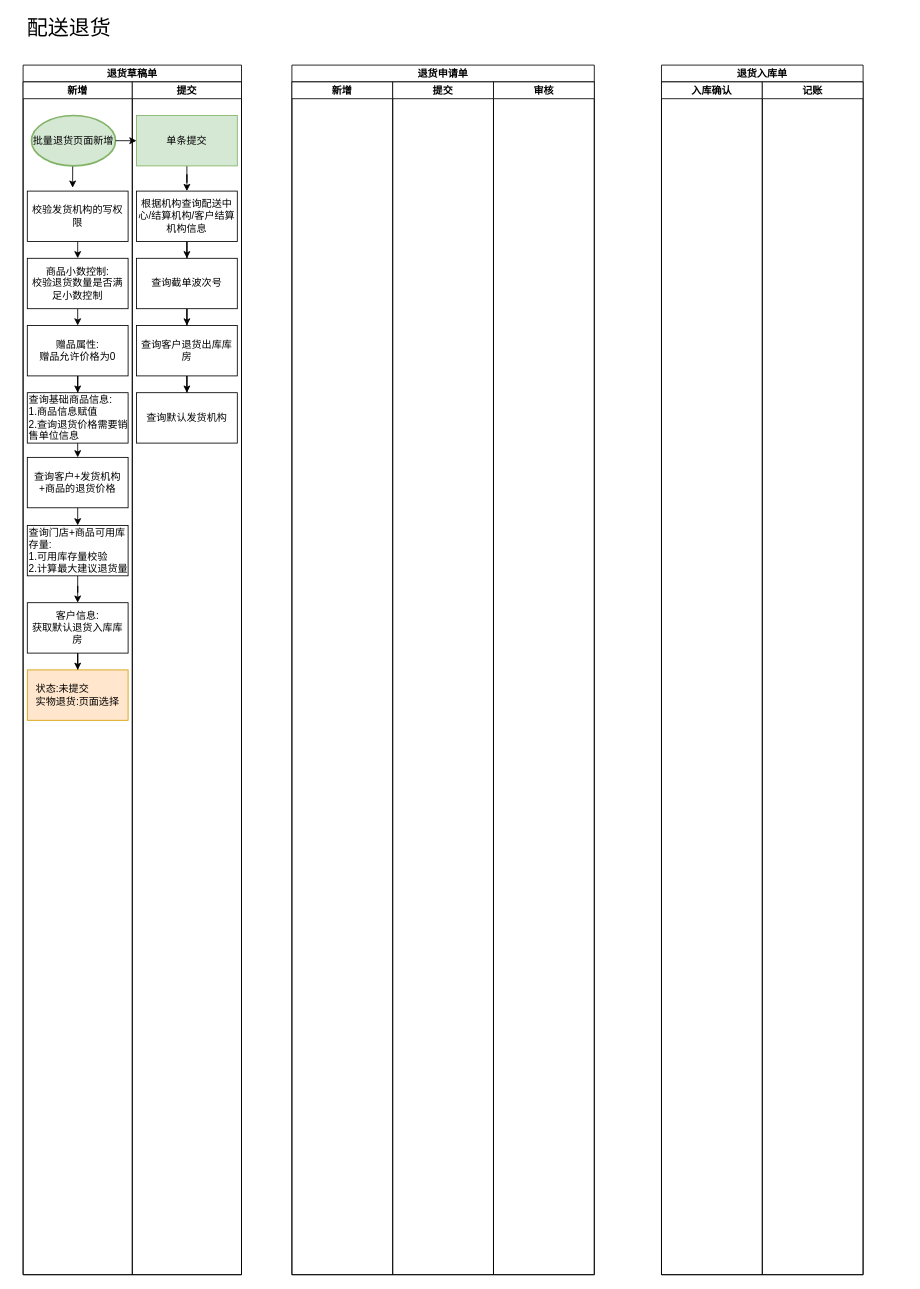
Above: 退货业务梳理.drawio in fengj1202/draw (draw.io), before the change. Source tidied: cells renumbered, new cells numbered last; positions are measured from the earlier drawing's top-left corner, leaving out a move shared by most shapes. Both pictures are drawn from the tidied source at 84%, with x=0, y=0 at pixel (14, 14).
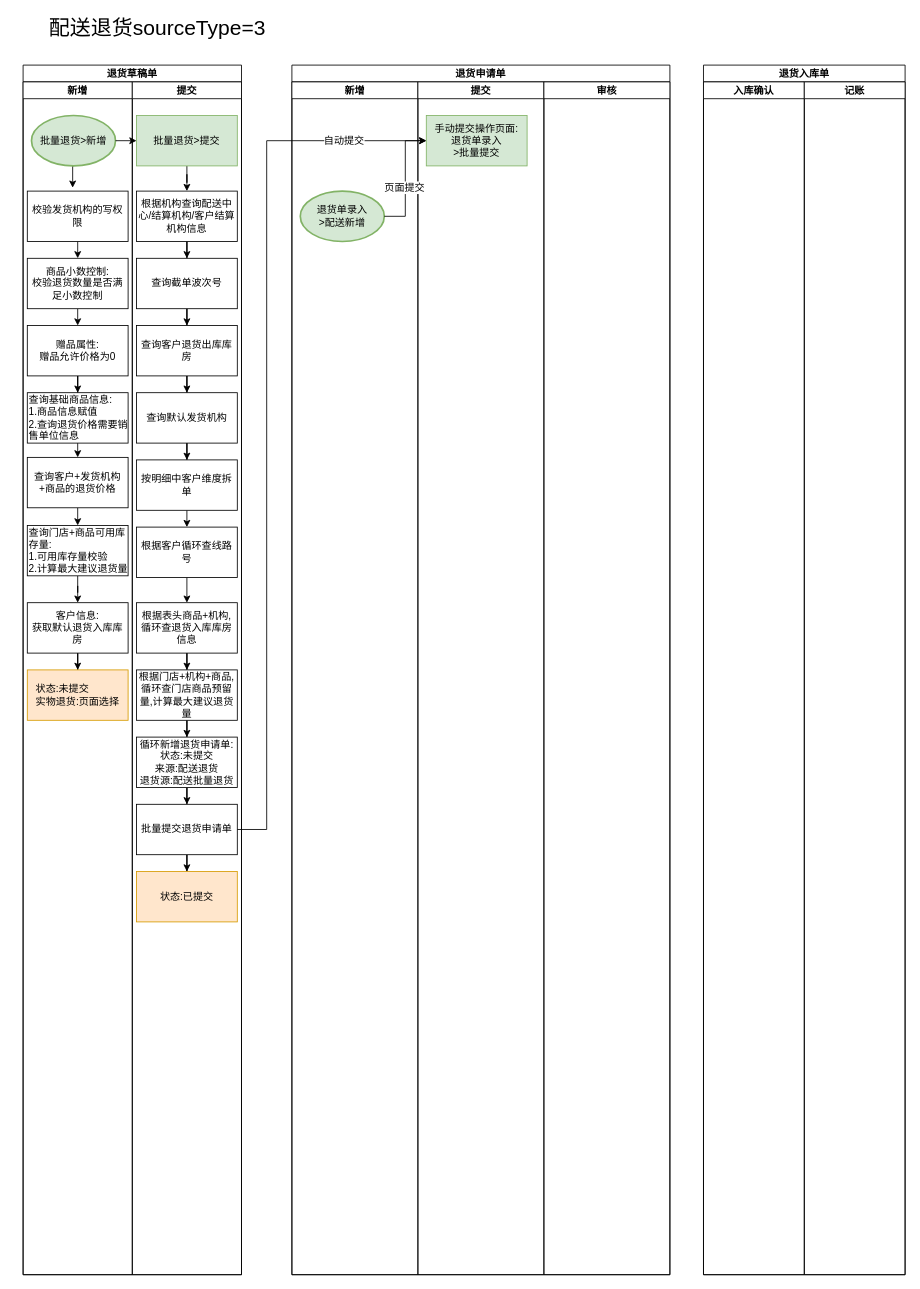
The same page after the edit.

Commit message:
更新退货业务梳理.drawio

Unchanged cells that the change refers to:
```xml
<mxCell id="9" value="退货草稿单" style="swimlane;startSize=20;rounded=0;" parent="1" vertex="1">
  <mxGeometry x="10" y="60" width="260" height="1440" as="geometry" />
</mxCell>
<mxCell id="10" value="新增" style="swimlane;startSize=20;rounded=0;" parent="9" vertex="1">
  <mxGeometry y="20" width="130" height="1420" as="geometry" />
</mxCell>
<mxCell id="28" value="提交" style="swimlane;startSize=20;rounded=0;" parent="9" vertex="1">
  <mxGeometry x="130" y="20" width="130" height="1420" as="geometry" />
</mxCell>
<mxCell id="37" value="&lt;font style=&quot;font-size: 12px;&quot;&gt;查询默认发货机构&lt;/font&gt;" style="rounded=0;whiteSpace=wrap;html=1;fontSize=12;align=center;" parent="28" vertex="1">
  <mxGeometry x="5" y="370" width="120" height="60" as="geometry" />
</mxCell>
```

The edit, as a diff of the source:
```diff
@@
     <mxCell id="2" value="退货申请单" style="swimlane;startSize=20;rounded=0;" parent="1" vertex="1">
-      <mxGeometry x="330" y="60" width="360" height="1440" as="geometry" />
+      <mxGeometry x="330" y="60" width="450" height="1440" as="geometry" />
     </mxCell>
     <mxCell id="3" value="新增" style="swimlane;startSize=20;rounded=0;" parent="2" vertex="1">
-      <mxGeometry y="20" width="120" height="1420" as="geometry" />
+      <mxGeometry y="20" width="150" height="1420" as="geometry" />
     </mxCell>
+    <mxCell id="40" value="退货单录入&lt;br&gt;&amp;gt;配送新增" style="strokeWidth=2;html=1;shape=mxgraph.flowchart.start_1;whiteSpace=wrap;fontFamily=Helvetica;fontSize=12;fillColor=#d5e8d4;strokeColor=#82b366;" parent="3" vertex="1">
+      <mxGeometry x="10" y="130" width="100" height="60" as="geometry" />
+    </mxCell>
     <mxCell id="4" value="提交" style="swimlane;startSize=20;rounded=0;" parent="2" vertex="1">
-      <mxGeometry x="120" y="20" width="120" height="1420" as="geometry" />
+      <mxGeometry x="150" y="20" width="150" height="1420" as="geometry" />
     </mxCell>
+    <mxCell id="41" value="手动提交操作页面:&lt;br&gt;退货单录入&lt;br&gt;&amp;gt;批量提交" style="rounded=0;whiteSpace=wrap;html=1;fontFamily=Helvetica;fontSize=12;fillColor=#d5e8d4;strokeColor=#82b366;" parent="4" vertex="1">
+      <mxGeometry x="10" y="40" width="120" height="60" as="geometry" />
+    </mxCell>
     <mxCell id="5" value="审核" style="swimlane;startSize=20;rounded=0;" parent="2" vertex="1">
-      <mxGeometry x="240" y="20" width="120" height="1420" as="geometry" />
+      <mxGeometry x="300" y="20" width="150" height="1420" as="geometry" />
     </mxCell>
+    <mxCell id="42" style="edgeStyle=orthogonalEdgeStyle;shape=connector;rounded=0;jettySize=auto;html=1;exitX=1;exitY=0.5;exitDx=0;exitDy=0;exitPerimeter=0;entryX=0;entryY=0.5;entryDx=0;entryDy=0;labelBackgroundColor=default;fontFamily=Helvetica;fontSize=12;fontColor=default;endArrow=classic;strokeColor=default;" parent="2" edge="1" source="40" target="41">
+      <mxGeometry relative="1" as="geometry" />
+    </mxCell>
+    <mxCell id="43" value="页面提交" style="edgeLabel;html=1;align=center;verticalAlign=middle;fontSize=12;fontFamily=Helvetica;fontColor=default;" parent="42" vertex="1">
+      <mxGeometry x="-0.14" y="2" relative="1" as="geometry" />
+    </mxCell>
     <mxCell id="6" value="退货入库单" style="swimlane;startSize=20;rounded=0;" parent="1" vertex="1">
-      <mxGeometry x="770" y="60" width="240" height="1440" as="geometry" />
+      <mxGeometry x="820" y="60" width="240" height="1440" as="geometry" />
     </mxCell>
@@
-    <mxCell id="12" value="批量退货页面新增" style="strokeWidth=2;html=1;shape=mxgraph.flowchart.start_1;whiteSpace=wrap;fillColor=#d5e8d4;strokeColor=#82b366;rounded=0;" parent="10" vertex="1">
+    <mxCell id="12" value="批量退货&amp;gt;新增" style="strokeWidth=2;html=1;shape=mxgraph.flowchart.start_1;whiteSpace=wrap;fillColor=#d5e8d4;strokeColor=#82b366;rounded=0;" parent="10" vertex="1">
       <mxGeometry x="10" y="40" width="100" height="60" as="geometry" />
     </mxCell>
@@
+    <mxCell id="38" style="edgeStyle=orthogonalEdgeStyle;rounded=0;jettySize=auto;html=1;exitX=1;exitY=0.5;exitDx=0;exitDy=0;exitPerimeter=0;entryX=0;entryY=0.5;entryDx=0;entryDy=0;fontSize=25;" parent="9" edge="1" source="12" target="30">
+      <mxGeometry relative="1" as="geometry" />
+    </mxCell>
@@
-    <mxCell id="30" value="&lt;font style=&quot;font-size: 12px;&quot;&gt;单条提交&lt;/font&gt;" style="rounded=0;whiteSpace=wrap;html=1;fontSize=12;align=center;fillColor=#d5e8d4;strokeColor=#82b366;" parent="28" vertex="1">
+    <mxCell id="30" value="&lt;font style=&quot;font-size: 12px;&quot;&gt;批量退货&amp;gt;提交&lt;/font&gt;" style="rounded=0;whiteSpace=wrap;html=1;fontSize=12;align=center;fillColor=#d5e8d4;strokeColor=#82b366;" parent="28" vertex="1">
       <mxGeometry x="5" y="40" width="120" height="60" as="geometry" />
     </mxCell>
@@
+    <mxCell id="44" style="edgeStyle=orthogonalEdgeStyle;shape=connector;rounded=0;jettySize=auto;html=1;entryX=0.5;entryY=0;entryDx=0;entryDy=0;labelBackgroundColor=default;fontFamily=Helvetica;fontSize=12;fontColor=default;endArrow=classic;strokeColor=default;" parent="28" edge="1" source="37" target="46">
+      <mxGeometry relative="1" as="geometry" />
+    </mxCell>
@@
-    <mxCell id="38" style="edgeStyle=orthogonalEdgeStyle;rounded=0;jettySize=auto;html=1;exitX=1;exitY=0.5;exitDx=0;exitDy=0;exitPerimeter=0;entryX=0;entryY=0.5;entryDx=0;entryDy=0;fontSize=25;" parent="9" edge="1" source="12" target="30">
-      <mxGeometry relative="1" as="geometry" />
-    </mxCell>
+    <mxCell id="45" style="edgeStyle=orthogonalEdgeStyle;shape=connector;rounded=0;jettySize=auto;html=1;exitX=0.5;exitY=1;exitDx=0;exitDy=0;entryX=0.5;entryY=0;entryDx=0;entryDy=0;labelBackgroundColor=default;fontFamily=Helvetica;fontSize=12;fontColor=default;endArrow=classic;strokeColor=default;" parent="28" edge="1" source="46" target="48">
+      <mxGeometry relative="1" as="geometry" />
+    </mxCell>
+    <mxCell id="46" value="按明细中客户维度拆单" style="whiteSpace=wrap;html=1;rounded=0;" parent="28" vertex="1">
+      <mxGeometry x="5" y="450" width="120" height="60" as="geometry" />
+    </mxCell>
+    <mxCell id="47" style="edgeStyle=orthogonalEdgeStyle;shape=connector;rounded=0;jettySize=auto;html=1;exitX=0.5;exitY=1;exitDx=0;exitDy=0;entryX=0.5;entryY=0;entryDx=0;entryDy=0;labelBackgroundColor=default;fontFamily=Helvetica;fontSize=12;fontColor=default;endArrow=classic;strokeColor=default;" parent="28" edge="1" source="48" target="50">
+      <mxGeometry relative="1" as="geometry" />
+    </mxCell>
+    <mxCell id="48" value="根据客户循环查线路号" style="whiteSpace=wrap;html=1;rounded=0;" parent="28" vertex="1">
+      <mxGeometry x="5" y="530" width="120" height="60" as="geometry" />
+    </mxCell>
+    <mxCell id="49" style="edgeStyle=orthogonalEdgeStyle;shape=connector;rounded=0;jettySize=auto;html=1;labelBackgroundColor=default;fontFamily=Helvetica;fontSize=12;fontColor=default;endArrow=classic;strokeColor=default;" parent="28" edge="1" source="50" target="52">
+      <mxGeometry relative="1" as="geometry" />
+    </mxCell>
+    <mxCell id="50" value="根据表头商品+机构,循环查退货入库库房信息" style="whiteSpace=wrap;html=1;rounded=0;" parent="28" vertex="1">
+      <mxGeometry x="5" y="620" width="120" height="60" as="geometry" />
+    </mxCell>
+    <mxCell id="51" style="edgeStyle=orthogonalEdgeStyle;shape=connector;rounded=0;jettySize=auto;html=1;labelBackgroundColor=default;fontFamily=Helvetica;fontSize=12;fontColor=default;endArrow=classic;strokeColor=default;" parent="28" edge="1" source="52" target="54">
+      <mxGeometry relative="1" as="geometry" />
+    </mxCell>
+    <mxCell id="52" value="根据门店+机构+商品,循环查门店商品预留量,计算最大建议退货量" style="whiteSpace=wrap;html=1;rounded=0;" parent="28" vertex="1">
+      <mxGeometry x="5" y="700" width="120" height="60" as="geometry" />
+    </mxCell>
+    <mxCell id="53" style="edgeStyle=orthogonalEdgeStyle;shape=connector;rounded=0;jettySize=auto;html=1;labelBackgroundColor=default;fontFamily=Helvetica;fontSize=12;fontColor=default;endArrow=classic;strokeColor=default;" parent="28" edge="1" source="54" target="56">
+      <mxGeometry relative="1" as="geometry" />
+    </mxCell>
+    <mxCell id="54" value="循环新增退货申请单:&lt;br&gt;状态:未提交&lt;br&gt;来源:配送退货&lt;br&gt;退货源:配送批量退货" style="whiteSpace=wrap;html=1;rounded=0;" parent="28" vertex="1">
+      <mxGeometry x="5" y="780" width="120" height="60" as="geometry" />
+    </mxCell>
+    <mxCell id="55" style="edgeStyle=orthogonalEdgeStyle;shape=connector;rounded=0;jettySize=auto;html=1;labelBackgroundColor=default;fontFamily=Helvetica;fontSize=12;fontColor=default;endArrow=classic;strokeColor=default;" parent="28" edge="1" source="56" target="57">
+      <mxGeometry relative="1" as="geometry" />
+    </mxCell>
+    <mxCell id="56" value="批量提交退货申请单" style="whiteSpace=wrap;html=1;rounded=0;" parent="28" vertex="1">
+      <mxGeometry x="5" y="860" width="120" height="60" as="geometry" />
+    </mxCell>
+    <mxCell id="57" value="状态:已提交" style="whiteSpace=wrap;html=1;rounded=0;fillColor=#ffe6cc;strokeColor=#d79b00;" parent="28" vertex="1">
+      <mxGeometry x="5" y="940" width="120" height="60" as="geometry" />
+    </mxCell>
-    <mxCell id="39" value="&lt;font style=&quot;font-size: 25px;&quot;&gt;配送退货&lt;/font&gt;" style="text;html=1;strokeColor=none;fillColor=none;align=center;verticalAlign=middle;whiteSpace=wrap;rounded=0;" parent="1" vertex="1">
-      <mxGeometry width="130" height="30" as="geometry" />
+    <mxCell id="39" value="&lt;font style=&quot;font-size: 25px;&quot;&gt;配送退货sourceType=3&lt;/font&gt;" style="text;html=1;strokeColor=none;fillColor=none;align=center;verticalAlign=middle;whiteSpace=wrap;rounded=0;" parent="1" vertex="1">
+      <mxGeometry width="340" height="30" as="geometry" />
     </mxCell>
+    <mxCell id="58" style="edgeStyle=orthogonalEdgeStyle;shape=connector;rounded=0;jettySize=auto;html=1;exitX=1;exitY=0.5;exitDx=0;exitDy=0;entryX=0;entryY=0.5;entryDx=0;entryDy=0;labelBackgroundColor=default;fontFamily=Helvetica;fontSize=12;fontColor=default;endArrow=classic;strokeColor=default;" parent="1" edge="1" source="56" target="41">
+      <mxGeometry relative="1" as="geometry">
+        <Array as="points">
+          <mxPoint x="300" y="970" />
+          <mxPoint x="300" y="150" />
+        </Array>
+      </mxGeometry>
+    </mxCell>
+    <mxCell id="59" value="自动提交" style="edgeLabel;html=1;align=center;verticalAlign=middle;fontSize=12;fontFamily=Helvetica;fontColor=default;" parent="58" vertex="1">
+      <mxGeometry x="0.74" y="3" relative="1" as="geometry">
+        <mxPoint x="37" y="3" as="offset" />
+      </mxGeometry>
+    </mxCell>
```
